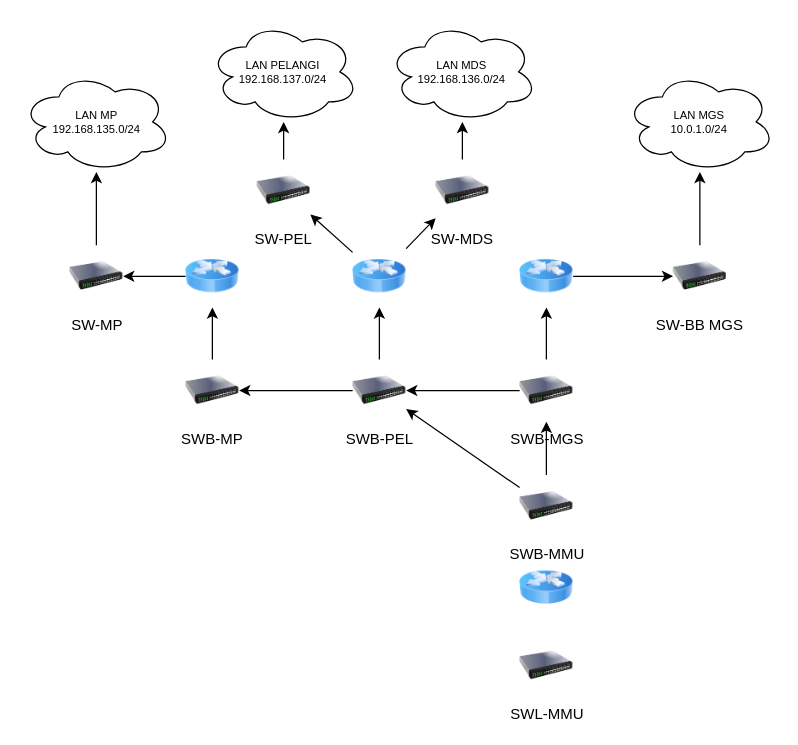
The draw.io diagram Mizan Inter-connection.drawio in gutherzig/petajaringan, before the edit. Source tidied: cells renumbered, new cells numbered last; positions are measured from the earlier drawing's top-left corner, leaving out a move shared by most shapes. Both pictures are drawn from the tidied source at 125%, with x=0, y=0 at pixel (21, 21).
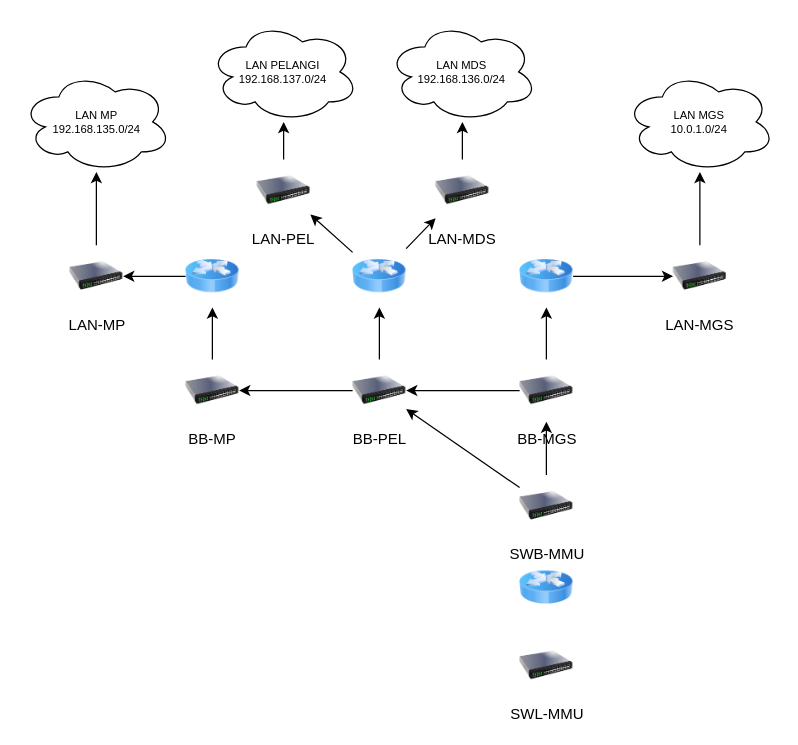
Above is the later version.

The edit, as a diff of the source:
```diff
@@
-    <mxCell id="6" value="SWB-PEL" style="image;html=1;image=img/lib/clip_art/networking/Switch_128x128.png;" parent="1" vertex="1">
+    <mxCell id="6" value="BB-PEL" style="image;html=1;image=img/lib/clip_art/networking/Switch_128x128.png;" parent="1" vertex="1">
       <mxGeometry x="264.6" y="270" width="42.8" height="49.9" as="geometry" />
     </mxCell>
@@
-    <mxCell id="10" value="SWB-MGS" style="image;html=1;image=img/lib/clip_art/networking/Switch_128x128.png;" parent="1" vertex="1">
+    <mxCell id="10" value="BB-MGS" style="image;html=1;image=img/lib/clip_art/networking/Switch_128x128.png;" parent="1" vertex="1">
       <mxGeometry x="398.2" y="270" width="42.8" height="49.9" as="geometry" />
     </mxCell>
@@
-    <mxCell id="13" value="SWB-MP" style="image;html=1;image=img/lib/clip_art/networking/Switch_128x128.png;" parent="1" vertex="1">
+    <mxCell id="13" value="BB-MP" style="image;html=1;image=img/lib/clip_art/networking/Switch_128x128.png;" parent="1" vertex="1">
       <mxGeometry x="131" y="270" width="42.8" height="49.9" as="geometry" />
     </mxCell>
@@
-    <mxCell id="23" value="SW-MP" style="image;html=1;image=img/lib/clip_art/networking/Switch_128x128.png;" parent="1" vertex="1">
+    <mxCell id="23" value="LAN-MP" style="image;html=1;image=img/lib/clip_art/networking/Switch_128x128.png;" parent="1" vertex="1">
       <mxGeometry x="38.2" y="178.6" width="42.8" height="49.9" as="geometry" />
     </mxCell>
@@
-    <mxCell id="25" value="SW-MDS" style="image;html=1;image=img/lib/clip_art/networking/Switch_128x128.png;" parent="1" vertex="1">
+    <mxCell id="25" value="LAN-MDS" style="image;html=1;image=img/lib/clip_art/networking/Switch_128x128.png;" parent="1" vertex="1">
       <mxGeometry x="331" y="110" width="42.8" height="49.9" as="geometry" />
     </mxCell>
-    <mxCell id="26" value="SW-BB MGS" style="image;html=1;image=img/lib/clip_art/networking/Switch_128x128.png;" parent="1" vertex="1">
+    <mxCell id="26" value="LAN-MGS" style="image;html=1;image=img/lib/clip_art/networking/Switch_128x128.png;" parent="1" vertex="1">
       <mxGeometry x="521" y="178.6" width="42.8" height="49.9" as="geometry" />
     </mxCell>
@@
-    <mxCell id="30" value="SW-PEL" style="image;html=1;image=img/lib/clip_art/networking/Switch_128x128.png;" parent="1" vertex="1">
+    <mxCell id="30" value="LAN-PEL" style="image;html=1;image=img/lib/clip_art/networking/Switch_128x128.png;" parent="1" vertex="1">
       <mxGeometry x="188" y="110" width="42.8" height="49.9" as="geometry" />
     </mxCell>
```
